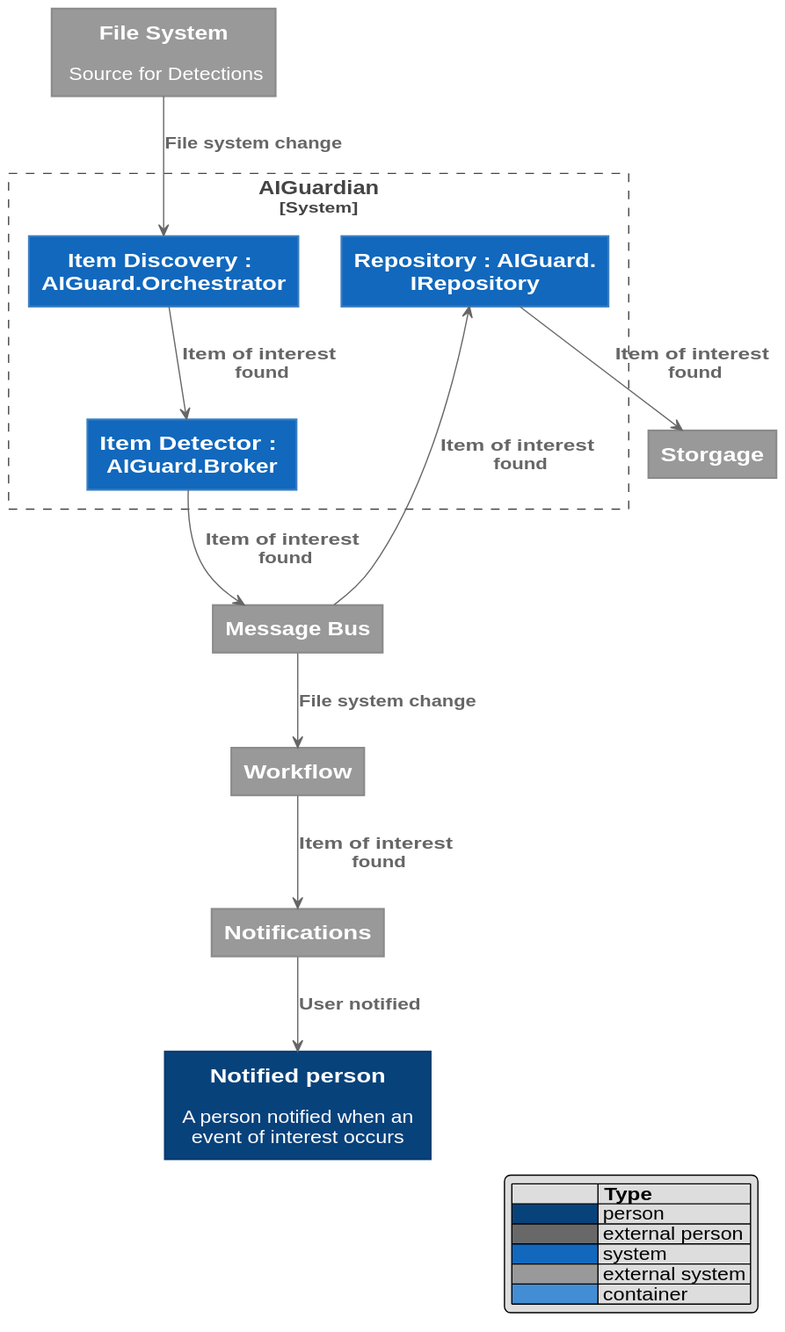
This is diagrams/container.svg from johnhinz/AIGatekeeper, a PlantUML export, as it was before one commit.
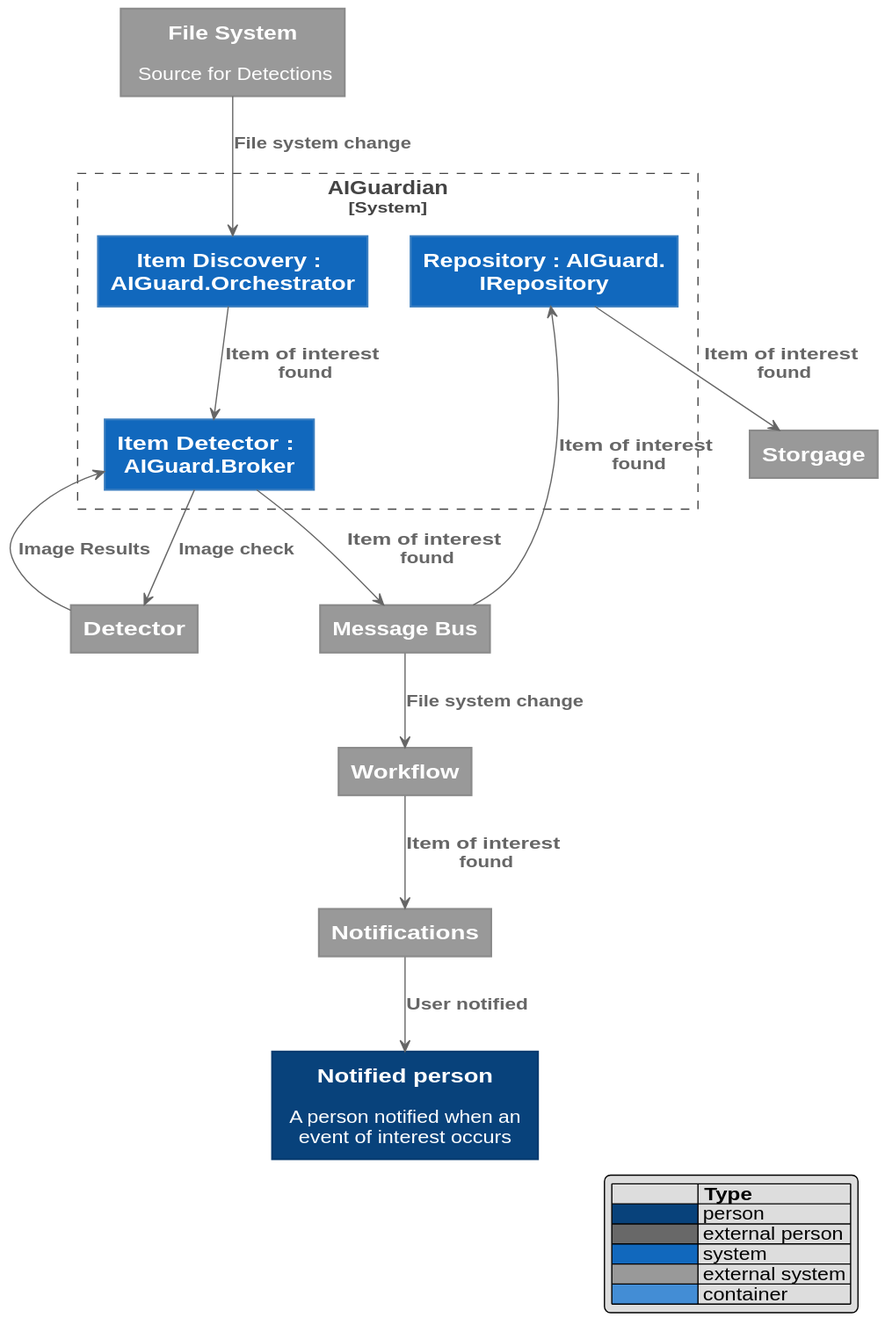
The same file after the commit.

What changed in the source:
```diff
@@ -10,6 +10,7 @@
 System_Ext(notification, "Notifications")
 System_Ext(workflow, "Workflow")
 System_Ext(persist, "Storgage")
+System_Ext(detect, "Detector")
 
 System_Boundary(bound, "AIGuardian") {
     System(discovery, "Item Discovery : AIGuard.Orchestrator")
@@ -18,6 +19,9 @@
 }
 
 Rel(bus, workflow, "File system change")
+
+Rel(detector, detect, "Image check")
+Rel(detect, detector, "Image Results")
 
 Rel(notification, recipient, "User notified")
 Rel(workflow, notification, "Item of interest found")
```
